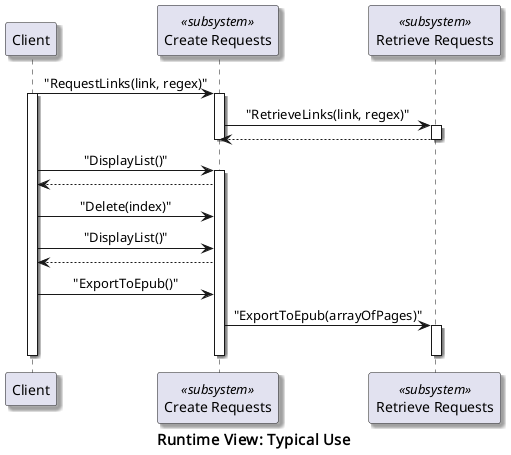
Before: documents/B-5.png, a diagram exported from PlantUML (AlAl45643/WebtoEpubwithTor).
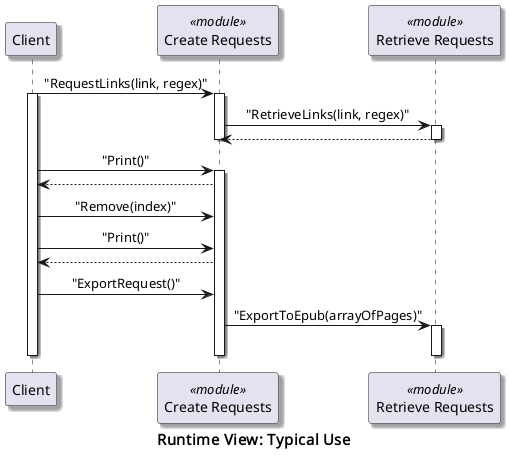
After the commit.

Change to the diagram source:
```diff
@@ -7,8 +7,8 @@
 skinparam folderstereotypefontsize 13
 
 participant "Client" as client
-participant "Create Requests" as request <<subsystem>>
-participant "Retrieve Requests" as retrieve <<subsystem>>
+participant "Create Requests" as request <<module>>
+participant "Retrieve Requests" as retrieve <<module>>
 
 client -> request : "RequestLinks(link, regex)"
 activate client
@@ -19,13 +19,13 @@
                 deactivate request
         deactivate retrieve
 
-        client -> request : "DisplayList()"
+        client -> request : "Print()"
         activate request
                 request --> client
-                client -> request : "Delete(index)"
-                client -> request : "DisplayList()"
+                client -> request : "Remove(index)"
+                client -> request : "Print()"
                 request --> client
-                client -> request : "ExportToEpub()"
+                client -> request : "ExportRequest()"
                 request -> retrieve : "ExportToEpub(arrayOfPages)"
                 activate retrieve
                 deactivate request
```
